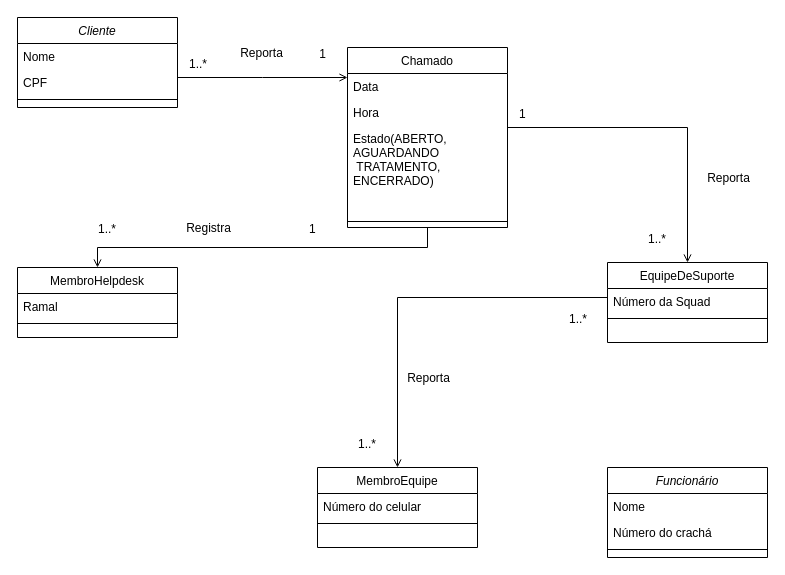
This is Untitled Diagram.drawio from valdineyatilio/ProjetoDeSoftware, a draw.io file, before an edit. Source tidied: cells renumbered, new cells numbered last; positions are measured from the earlier drawing's top-left corner, leaving out a move shared by most shapes. Both pictures are drawn from the tidied source at 100%, with x=0, y=0 at pixel (17, 17).
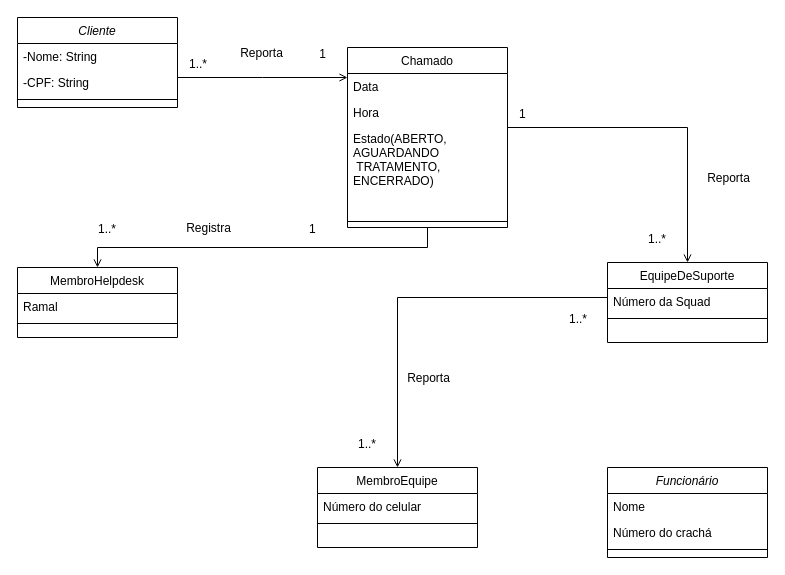
The same diagram, later.

The change refers to these unchanged cells:
```xml
<mxCell id="2" value="Cliente" style="swimlane;fontStyle=2;align=center;verticalAlign=top;horizontal=1;startSize=26;rounded=0;shadow=0;strokeWidth=1;" parent="1" vertex="1">
  <mxGeometry width="160" height="90" as="geometry" />
</mxCell>
```

The edit, as a diff of the source:
```diff
@@
-    <mxCell id="3" value="Nome" style="text;align=left;verticalAlign=top;spacingLeft=4;spacingRight=4;overflow=hidden;" parent="2" vertex="1">
+    <mxCell id="3" value="-Nome: String      " style="text;align=left;verticalAlign=top;spacingLeft=4;spacingRight=4;overflow=hidden;" parent="2" vertex="1">
       <mxGeometry y="26" width="160" height="26" as="geometry" />
     </mxCell>
-    <mxCell id="4" value="CPF" style="text;align=left;verticalAlign=top;spacingLeft=4;spacingRight=4;overflow=hidden;rounded=0;shadow=0;html=0;" parent="2" vertex="1">
+    <mxCell id="4" value="-CPF: String" style="text;align=left;verticalAlign=top;spacingLeft=4;spacingRight=4;overflow=hidden;rounded=0;shadow=0;html=0;" parent="2" vertex="1">
       <mxGeometry y="52" width="160" height="26" as="geometry" />
     </mxCell>
```
